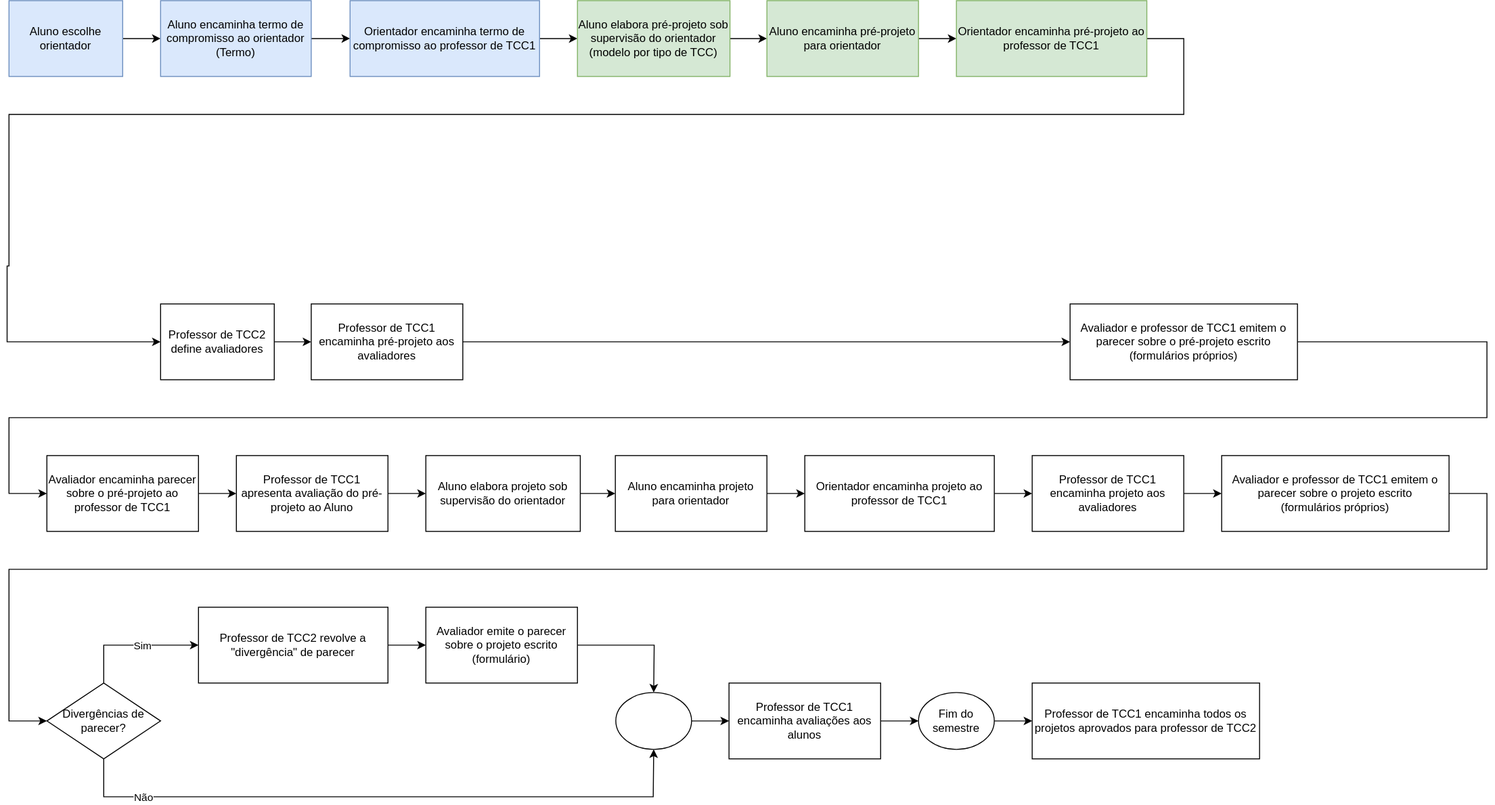
This is _SIS/Cronogramas/cronogramaFluxograma.drawio.svg from dalton-reis/disciplina_TCC1_2025_1, a draw.io export, as it was before one commit. Source tidied: cells renumbered, new cells last; positions are measured from the earlier drawing's top-left corner, leaving out a move shared by most shapes. The source it was exported from:
```xml
<mxGraphModel background="#ffffff">
  <root>
    <mxCell id="0" />
    <mxCell id="1" parent="0" />
    <mxCell id="2" style="edgeStyle=orthogonalEdgeStyle;rounded=0;jettySize=auto;html=1;fontColor=#000000;" parent="1" edge="1" source="3" target="5">
      <mxGeometry relative="1" as="geometry" />
    </mxCell>
    <mxCell id="3" value="Aluno escolhe orientador" style="whiteSpace=wrap;html=1;fillColor=#dae8fc;strokeColor=#6c8ebf;" parent="1" vertex="1">
      <mxGeometry x="2" width="120" height="80" as="geometry" />
    </mxCell>
    <mxCell id="4" style="edgeStyle=orthogonalEdgeStyle;rounded=0;jettySize=auto;html=1;fontColor=#000000;" parent="1" edge="1" source="5" target="7">
      <mxGeometry relative="1" as="geometry" />
    </mxCell>
    <mxCell id="5" value="Aluno encaminha termo de compromisso ao orientador&lt;br&gt;(Termo)" style="whiteSpace=wrap;html=1;fillColor=#dae8fc;strokeColor=#6c8ebf;" parent="1" vertex="1">
      <mxGeometry x="162" width="159" height="80" as="geometry" />
    </mxCell>
    <mxCell id="6" style="edgeStyle=orthogonalEdgeStyle;rounded=0;jettySize=auto;html=1;fontColor=#000000;" parent="1" edge="1" source="7" target="9">
      <mxGeometry relative="1" as="geometry" />
    </mxCell>
    <mxCell id="7" value="Orientador encaminha termo de compromisso ao professor de TCC1" style="whiteSpace=wrap;html=1;fillColor=#dae8fc;strokeColor=#6c8ebf;" parent="1" vertex="1">
      <mxGeometry x="362" width="200" height="80" as="geometry" />
    </mxCell>
    <mxCell id="8" style="edgeStyle=orthogonalEdgeStyle;rounded=0;jettySize=auto;html=1;fontColor=#000000;" parent="1" edge="1" source="9" target="11">
      <mxGeometry relative="1" as="geometry" />
    </mxCell>
    <mxCell id="9" value="Aluno elabora pré-projeto sob supervisão do orientador&lt;br&gt;(modelo por tipo de TCC)" style="whiteSpace=wrap;html=1;fillColor=#d5e8d4;strokeColor=#82b366;" parent="1" vertex="1">
      <mxGeometry x="602" width="161" height="80" as="geometry" />
    </mxCell>
    <mxCell id="10" style="edgeStyle=orthogonalEdgeStyle;rounded=0;jettySize=auto;html=1;fontColor=#000000;" parent="1" edge="1" source="11" target="13">
      <mxGeometry relative="1" as="geometry" />
    </mxCell>
    <mxCell id="11" value="Aluno encaminha pré-projeto para orientador" style="whiteSpace=wrap;html=1;fillColor=#d5e8d4;strokeColor=#82b366;" parent="1" vertex="1">
      <mxGeometry x="802" width="160" height="80" as="geometry" />
    </mxCell>
    <mxCell id="12" style="edgeStyle=orthogonalEdgeStyle;rounded=0;jettySize=auto;html=1;fontColor=#000000;entryX=0;entryY=0.5;entryDx=0;entryDy=0;" parent="1" edge="1" source="13" target="15">
      <mxGeometry relative="1" as="geometry">
        <Array as="points">
          <mxPoint x="1242" y="40" />
          <mxPoint x="1242" y="120" />
          <mxPoint x="2" y="120" />
          <mxPoint x="2" y="280" />
          <mxPoint y="280" />
          <mxPoint y="360" />
        </Array>
      </mxGeometry>
    </mxCell>
    <mxCell id="13" value="Orientador encaminha pré-projeto ao professor de TCC1" style="whiteSpace=wrap;html=1;fillColor=#d5e8d4;strokeColor=#82b366;" parent="1" vertex="1">
      <mxGeometry x="1002" width="201" height="80" as="geometry" />
    </mxCell>
    <mxCell id="14" style="edgeStyle=orthogonalEdgeStyle;rounded=0;jettySize=auto;html=1;fontColor=#000000;" parent="1" edge="1" source="15" target="18">
      <mxGeometry relative="1" as="geometry" />
    </mxCell>
    <mxCell id="15" value="Professor de TCC2 define avaliadores" style="whiteSpace=wrap;html=1;" parent="1" vertex="1">
      <mxGeometry x="162" y="320" width="120" height="80" as="geometry" />
    </mxCell>
    <mxCell id="16" style="edgeStyle=orthogonalEdgeStyle;rounded=0;jettySize=auto;html=1;fontColor=#000000;exitX=1;exitY=0.5;exitDx=0;exitDy=0;" parent="1" edge="1" source="19" target="21">
      <mxGeometry relative="1" as="geometry">
        <Array as="points">
          <mxPoint x="1562" y="360" />
          <mxPoint x="1562" y="440" />
          <mxPoint x="2" y="440" />
          <mxPoint x="2" y="520" />
        </Array>
      </mxGeometry>
    </mxCell>
    <mxCell id="17" style="edgeStyle=orthogonalEdgeStyle;rounded=0;jettySize=auto;html=1;fontColor=#000000;" parent="1" edge="1" source="18" target="19">
      <mxGeometry relative="1" as="geometry" />
    </mxCell>
    <mxCell id="18" value="Professor de TCC1 encaminha pré-projeto aos avaliadores" style="whiteSpace=wrap;html=1;" parent="1" vertex="1">
      <mxGeometry x="321" y="320" width="160" height="80" as="geometry" />
    </mxCell>
    <mxCell id="19" value="Avaliador e professor de TCC1 emitem o parecer sobre o pré-projeto escrito&lt;br&gt;(formulários próprios)" style="whiteSpace=wrap;html=1;" parent="1" vertex="1">
      <mxGeometry x="1122" y="320" width="240" height="80" as="geometry" />
    </mxCell>
    <mxCell id="20" style="edgeStyle=orthogonalEdgeStyle;rounded=0;jettySize=auto;html=1;fontColor=#000000;" parent="1" edge="1" source="21" target="23">
      <mxGeometry relative="1" as="geometry" />
    </mxCell>
    <mxCell id="21" value="Avaliador encaminha parecer sobre o pré-projeto ao professor de TCC1" style="whiteSpace=wrap;html=1;" parent="1" vertex="1">
      <mxGeometry x="42" y="480" width="160" height="80" as="geometry" />
    </mxCell>
    <mxCell id="22" style="edgeStyle=orthogonalEdgeStyle;rounded=0;jettySize=auto;html=1;fontColor=#000000;" parent="1" edge="1" source="23" target="25">
      <mxGeometry relative="1" as="geometry" />
    </mxCell>
    <mxCell id="23" value="Professor de TCC1 apresenta avaliação do pré-projeto ao Aluno" style="whiteSpace=wrap;html=1;" parent="1" vertex="1">
      <mxGeometry x="242" y="480" width="160" height="80" as="geometry" />
    </mxCell>
    <mxCell id="24" style="edgeStyle=orthogonalEdgeStyle;rounded=0;jettySize=auto;html=1;fontColor=#000000;" parent="1" edge="1" source="25" target="27">
      <mxGeometry relative="1" as="geometry" />
    </mxCell>
    <mxCell id="25" value="Aluno elabora projeto sob supervisão do orientador" style="whiteSpace=wrap;html=1;" parent="1" vertex="1">
      <mxGeometry x="442" y="480" width="163" height="80" as="geometry" />
    </mxCell>
    <mxCell id="26" style="edgeStyle=orthogonalEdgeStyle;rounded=0;jettySize=auto;html=1;fontColor=#000000;" parent="1" edge="1" source="27" target="29">
      <mxGeometry relative="1" as="geometry" />
    </mxCell>
    <mxCell id="27" value="Aluno encaminha projeto para orientador" style="whiteSpace=wrap;html=1;" parent="1" vertex="1">
      <mxGeometry x="642" y="480" width="160" height="80" as="geometry" />
    </mxCell>
    <mxCell id="28" style="edgeStyle=orthogonalEdgeStyle;rounded=0;jettySize=auto;html=1;fontColor=#000000;" parent="1" edge="1" source="29" target="31">
      <mxGeometry relative="1" as="geometry" />
    </mxCell>
    <mxCell id="29" value="Orientador encaminha projeto ao professor de TCC1" style="whiteSpace=wrap;html=1;" parent="1" vertex="1">
      <mxGeometry x="842" y="480" width="200" height="80" as="geometry" />
    </mxCell>
    <mxCell id="30" style="edgeStyle=orthogonalEdgeStyle;rounded=0;jettySize=auto;html=1;fontColor=#000000;" parent="1" edge="1" source="31" target="33">
      <mxGeometry relative="1" as="geometry" />
    </mxCell>
    <mxCell id="31" value="Professor de TCC1 encaminha projeto aos avaliadores" style="whiteSpace=wrap;html=1;fontColor=#000000;fillColor=none;" parent="1" vertex="1">
      <mxGeometry x="1082" y="480" width="160" height="80" as="geometry" />
    </mxCell>
    <mxCell id="32" style="edgeStyle=orthogonalEdgeStyle;rounded=0;jettySize=auto;html=1;fontColor=#000000;" parent="1" edge="1" source="33" target="38">
      <mxGeometry relative="1" as="geometry">
        <Array as="points">
          <mxPoint x="1562" y="520" />
          <mxPoint x="1562" y="600" />
          <mxPoint x="2" y="600" />
          <mxPoint x="2" y="760" />
        </Array>
      </mxGeometry>
    </mxCell>
    <mxCell id="33" value="Avaliador e professor de TCC1 emitem o parecer sobre o projeto escrito&lt;br&gt;(formulários próprios)" style="whiteSpace=wrap;html=1;fontColor=#000000;" parent="1" vertex="1">
      <mxGeometry x="1282" y="480" width="240" height="80" as="geometry" />
    </mxCell>
    <mxCell id="34" style="edgeStyle=orthogonalEdgeStyle;rounded=0;jettySize=auto;html=1;exitX=0.5;exitY=0;exitDx=0;exitDy=0;entryX=0;entryY=0.5;entryDx=0;entryDy=0;fontColor=#000000;" parent="1" edge="1" source="38" target="40">
      <mxGeometry relative="1" as="geometry">
        <Array as="points">
          <mxPoint x="102" y="680" />
        </Array>
      </mxGeometry>
    </mxCell>
    <mxCell id="35" value="Sim" style="edgeLabel;html=1;align=center;verticalAlign=middle;fontColor=#000000;" parent="34" vertex="1">
      <mxGeometry x="-0.13" y="-2" relative="1" as="geometry">
        <mxPoint x="19" y="-2" as="offset" />
      </mxGeometry>
    </mxCell>
    <mxCell id="36" style="edgeStyle=orthogonalEdgeStyle;rounded=0;jettySize=auto;html=1;exitX=0.5;exitY=1;exitDx=0;exitDy=0;fontColor=#000000;" parent="1" edge="1" source="38" target="44">
      <mxGeometry relative="1" as="geometry">
        <Array as="points">
          <mxPoint x="102" y="840" />
          <mxPoint x="682" y="840" />
        </Array>
      </mxGeometry>
    </mxCell>
    <mxCell id="37" value="Não" style="edgeLabel;html=1;align=center;verticalAlign=middle;fontColor=#000000;" parent="36" vertex="1">
      <mxGeometry y="2" relative="1" as="geometry">
        <mxPoint x="-254" y="2" as="offset" />
      </mxGeometry>
    </mxCell>
    <mxCell id="38" value="Divergências de parecer?" style="rhombus;whiteSpace=wrap;html=1;fontColor=#000000;" parent="1" vertex="1">
      <mxGeometry x="42" y="720" width="120" height="80" as="geometry" />
    </mxCell>
    <mxCell id="39" style="edgeStyle=orthogonalEdgeStyle;rounded=0;jettySize=auto;html=1;exitX=1;exitY=0.5;exitDx=0;exitDy=0;entryX=0;entryY=0.5;entryDx=0;entryDy=0;fontColor=#000000;" parent="1" edge="1" source="40" target="42">
      <mxGeometry relative="1" as="geometry" />
    </mxCell>
    <mxCell id="40" value="Professor de TCC2 revolve a &quot;divergência&quot; de parecer" style="whiteSpace=wrap;html=1;fontColor=#000000;" parent="1" vertex="1">
      <mxGeometry x="202" y="640" width="200" height="80" as="geometry" />
    </mxCell>
    <mxCell id="41" style="edgeStyle=orthogonalEdgeStyle;rounded=0;jettySize=auto;html=1;exitX=1;exitY=0.5;exitDx=0;exitDy=0;fontColor=#000000;" parent="1" edge="1" source="42" target="44">
      <mxGeometry relative="1" as="geometry">
        <Array as="points">
          <mxPoint x="683" y="680" />
        </Array>
      </mxGeometry>
    </mxCell>
    <mxCell id="42" value="Avaliador emite o parecer sobre o projeto escrito&lt;br&gt;(formulário)" style="whiteSpace=wrap;html=1;fontColor=#000000;" parent="1" vertex="1">
      <mxGeometry x="442" y="640" width="160" height="80" as="geometry" />
    </mxCell>
    <mxCell id="43" style="edgeStyle=orthogonalEdgeStyle;rounded=0;jettySize=auto;html=1;fontColor=#000000;" parent="1" edge="1" source="44" target="46">
      <mxGeometry relative="1" as="geometry" />
    </mxCell>
    <mxCell id="44" style="ellipse;whiteSpace=wrap;html=1;fontColor=#000000;" parent="1" vertex="1">
      <mxGeometry x="642.5" y="730" width="80" height="60" as="geometry" />
    </mxCell>
    <mxCell id="45" style="edgeStyle=orthogonalEdgeStyle;rounded=0;jettySize=auto;html=1;fontColor=#000000;" parent="1" edge="1" source="46" target="48">
      <mxGeometry relative="1" as="geometry" />
    </mxCell>
    <mxCell id="46" value="Professor de TCC1 encaminha avaliações aos alunos" style="whiteSpace=wrap;html=1;fontColor=#000000;" parent="1" vertex="1">
      <mxGeometry x="762" y="720" width="160" height="80" as="geometry" />
    </mxCell>
    <mxCell id="47" style="edgeStyle=orthogonalEdgeStyle;rounded=0;jettySize=auto;html=1;fontColor=#000000;" parent="1" edge="1" source="48" target="49">
      <mxGeometry relative="1" as="geometry" />
    </mxCell>
    <mxCell id="48" value="Fim do semestre" style="ellipse;whiteSpace=wrap;html=1;fontColor=#000000;" parent="1" vertex="1">
      <mxGeometry x="962" y="730" width="80" height="60" as="geometry" />
    </mxCell>
    <mxCell id="49" value="Professor de TCC1 encaminha todos os projetos aprovados para professor de TCC2" style="whiteSpace=wrap;html=1;fontColor=#000000;" parent="1" vertex="1">
      <mxGeometry x="1082" y="720" width="240" height="80" as="geometry" />
    </mxCell>
  </root>
</mxGraphModel>
```
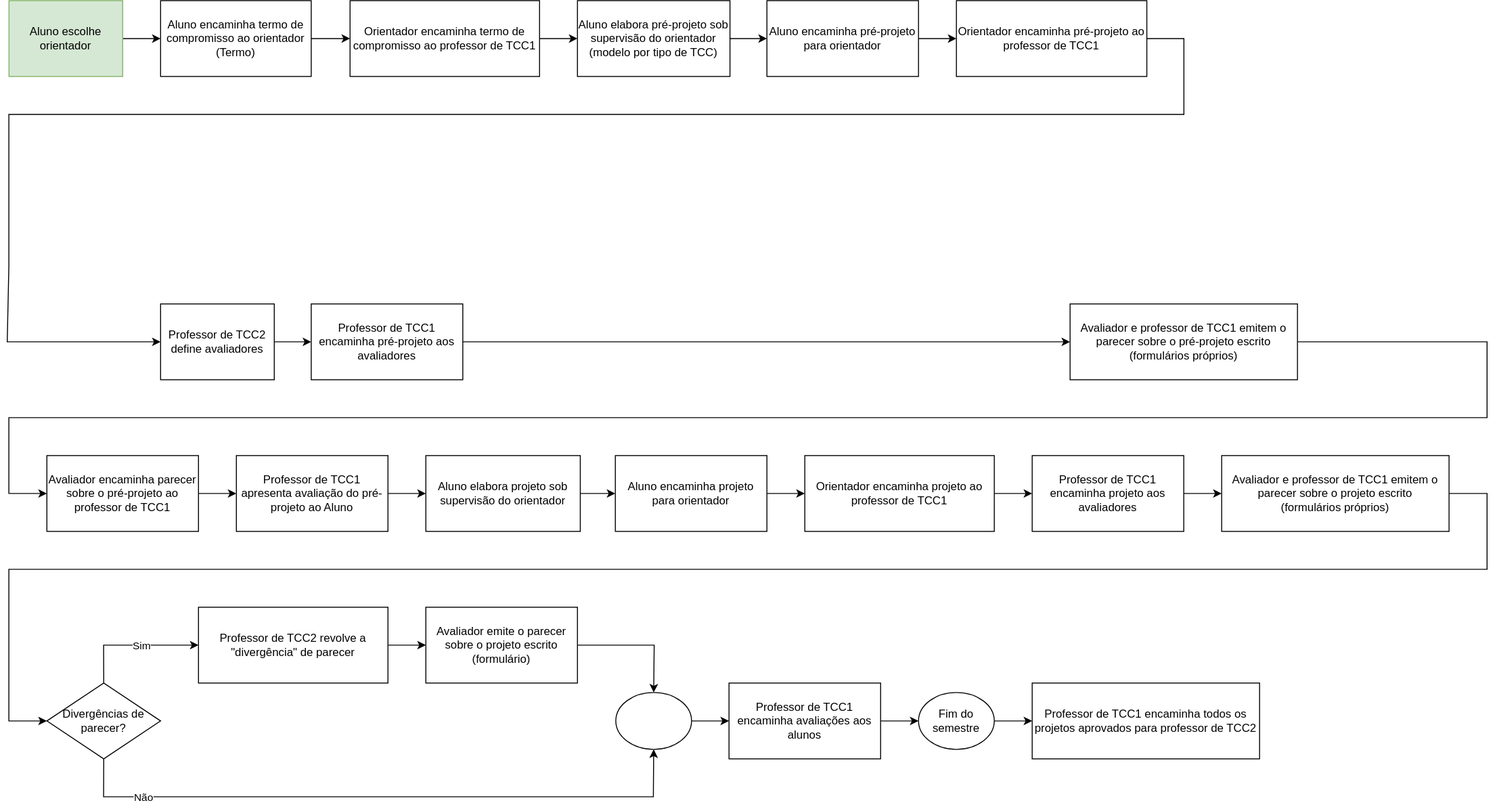
The same file after the commit.

Diff of the diagram source:
```diff
@@ -5,31 +5,31 @@
     <mxCell id="2" style="edgeStyle=orthogonalEdgeStyle;rounded=0;jettySize=auto;html=1;fontColor=#000000;" parent="1" edge="1" source="3" target="5">
       <mxGeometry relative="1" as="geometry" />
     </mxCell>
-    <mxCell id="3" value="Aluno escolhe orientador" style="whiteSpace=wrap;html=1;fillColor=#dae8fc;strokeColor=#6c8ebf;" parent="1" vertex="1">
+    <mxCell id="3" value="Aluno escolhe orientador" style="whiteSpace=wrap;html=1;fillColor=#d5e8d4;strokeColor=#82b366;" parent="1" vertex="1">
       <mxGeometry x="2" width="120" height="80" as="geometry" />
     </mxCell>
     <mxCell id="4" style="edgeStyle=orthogonalEdgeStyle;rounded=0;jettySize=auto;html=1;fontColor=#000000;" parent="1" edge="1" source="5" target="7">
       <mxGeometry relative="1" as="geometry" />
     </mxCell>
-    <mxCell id="5" value="Aluno encaminha termo de compromisso ao orientador&lt;br&gt;(Termo)" style="whiteSpace=wrap;html=1;fillColor=#dae8fc;strokeColor=#6c8ebf;" parent="1" vertex="1">
+    <mxCell id="5" value="Aluno encaminha termo de compromisso ao orientador&lt;br&gt;(Termo)" style="whiteSpace=wrap;html=1;" parent="1" vertex="1">
       <mxGeometry x="162" width="159" height="80" as="geometry" />
     </mxCell>
     <mxCell id="6" style="edgeStyle=orthogonalEdgeStyle;rounded=0;jettySize=auto;html=1;fontColor=#000000;" parent="1" edge="1" source="7" target="9">
       <mxGeometry relative="1" as="geometry" />
     </mxCell>
-    <mxCell id="7" value="Orientador encaminha termo de compromisso ao professor de TCC1" style="whiteSpace=wrap;html=1;fillColor=#dae8fc;strokeColor=#6c8ebf;" parent="1" vertex="1">
+    <mxCell id="7" value="Orientador encaminha termo de compromisso ao professor de TCC1" style="whiteSpace=wrap;html=1;" parent="1" vertex="1">
       <mxGeometry x="362" width="200" height="80" as="geometry" />
     </mxCell>
     <mxCell id="8" style="edgeStyle=orthogonalEdgeStyle;rounded=0;jettySize=auto;html=1;fontColor=#000000;" parent="1" edge="1" source="9" target="11">
       <mxGeometry relative="1" as="geometry" />
     </mxCell>
-    <mxCell id="9" value="Aluno elabora pré-projeto sob supervisão do orientador&lt;br&gt;(modelo por tipo de TCC)" style="whiteSpace=wrap;html=1;fillColor=#d5e8d4;strokeColor=#82b366;" parent="1" vertex="1">
+    <mxCell id="9" value="Aluno elabora pré-projeto sob supervisão do orientador&lt;br&gt;(modelo por tipo de TCC)" style="whiteSpace=wrap;html=1;" parent="1" vertex="1">
       <mxGeometry x="602" width="161" height="80" as="geometry" />
     </mxCell>
     <mxCell id="10" style="edgeStyle=orthogonalEdgeStyle;rounded=0;jettySize=auto;html=1;fontColor=#000000;" parent="1" edge="1" source="11" target="13">
       <mxGeometry relative="1" as="geometry" />
     </mxCell>
-    <mxCell id="11" value="Aluno encaminha pré-projeto para orientador" style="whiteSpace=wrap;html=1;fillColor=#d5e8d4;strokeColor=#82b366;" parent="1" vertex="1">
+    <mxCell id="11" value="Aluno encaminha pré-projeto para orientador" style="whiteSpace=wrap;html=1;" parent="1" vertex="1">
       <mxGeometry x="802" width="160" height="80" as="geometry" />
     </mxCell>
     <mxCell id="12" style="edgeStyle=orthogonalEdgeStyle;rounded=0;jettySize=auto;html=1;fontColor=#000000;entryX=0;entryY=0.5;entryDx=0;entryDy=0;" parent="1" edge="1" source="13" target="15">
@@ -44,7 +44,7 @@
         </Array>
       </mxGeometry>
     </mxCell>
-    <mxCell id="13" value="Orientador encaminha pré-projeto ao professor de TCC1" style="whiteSpace=wrap;html=1;fillColor=#d5e8d4;strokeColor=#82b366;" parent="1" vertex="1">
+    <mxCell id="13" value="Orientador encaminha pré-projeto ao professor de TCC1" style="whiteSpace=wrap;html=1;" parent="1" vertex="1">
       <mxGeometry x="1002" width="201" height="80" as="geometry" />
     </mxCell>
     <mxCell id="14" style="edgeStyle=orthogonalEdgeStyle;rounded=0;jettySize=auto;html=1;fontColor=#000000;" parent="1" edge="1" source="15" target="18">
```
